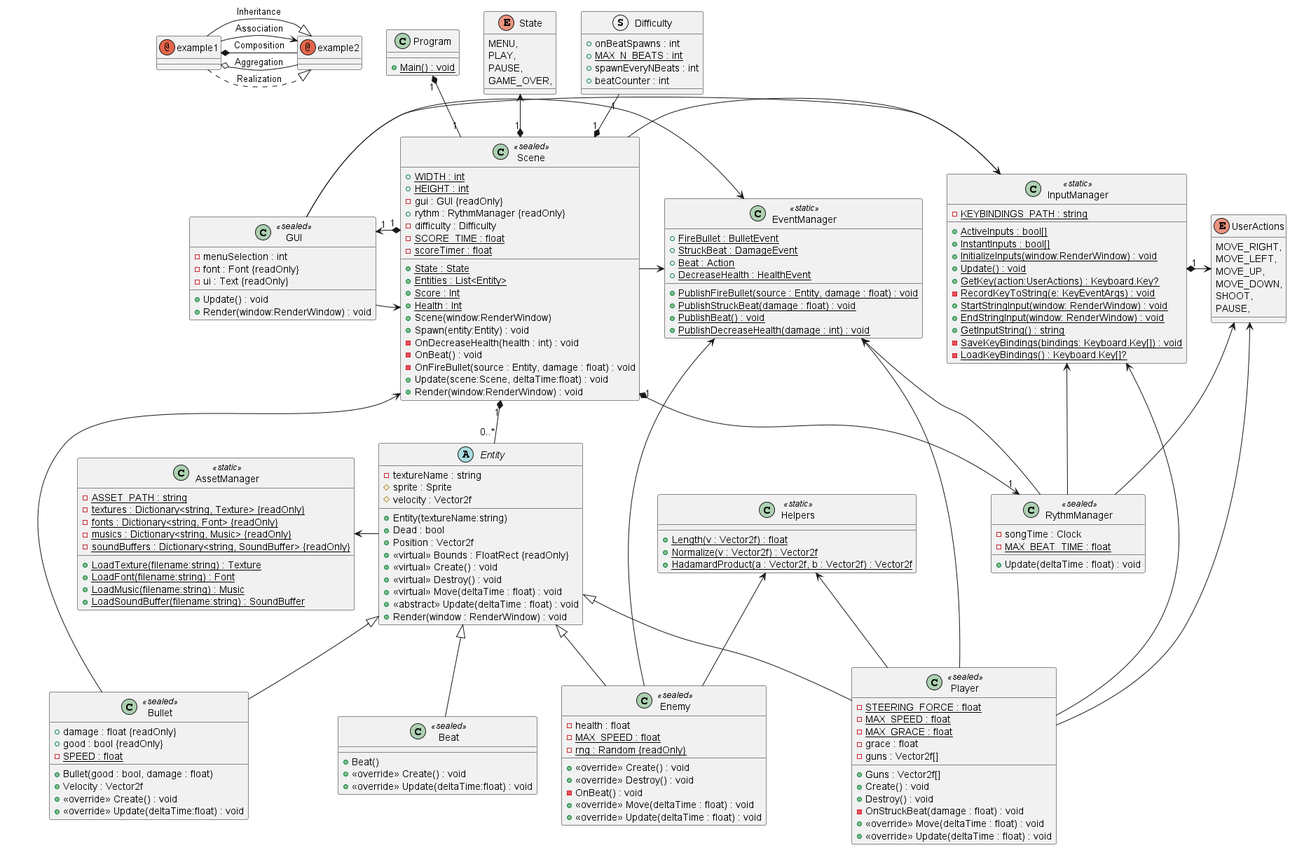
Earlier version of the PlantUML export out/plantuml/include/include.png (Ruby1405/PaceInvaders).
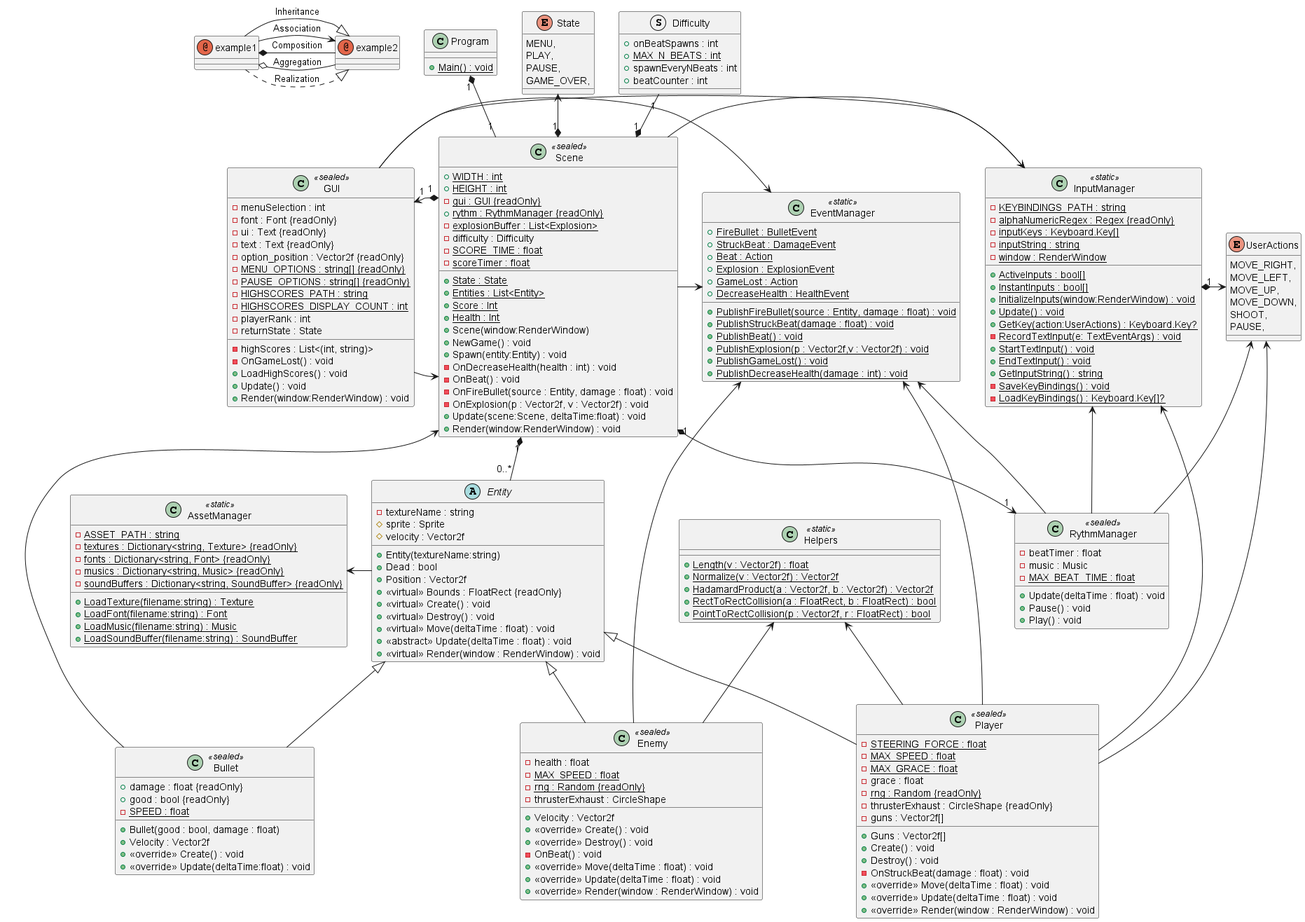
Later version of the same file.

Diff of the diagram source:
```diff
@@ -1,7 +1,6 @@
 @startuml
 !include .\\Annotations.puml
 !include .\\AssetManager.puml
-!include .\\Beat.puml
 !include .\\Bullet.puml
 !include .\\Enemy.puml
 !include .\\Entity.puml
```
